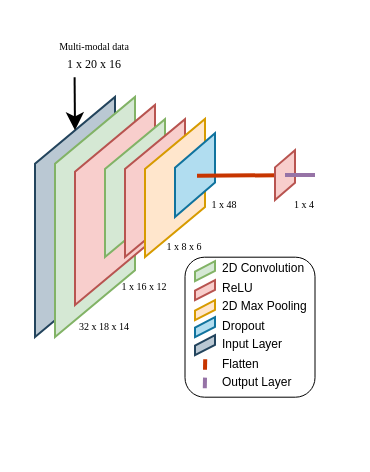
Earlier version of the draw.io diagram assets/cls.drawio (bimbraw/bimbraw.github.io). Source tidied: cells renumbered, new cells numbered last; positions are measured from the earlier drawing's top-left corner, leaving out a move shared by most shapes. Both pictures are drawn from the tidied source at 200%, with x=0, y=0 at pixel (34, 36).
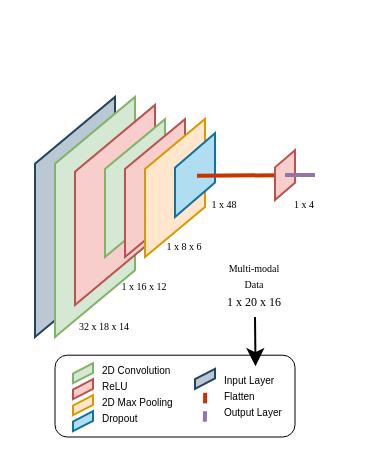
After the change.

The change refers to these unchanged cells:
```xml
<mxCell id="3" style="verticalLabelPosition=bottom;verticalAlign=top;html=1;shape=mxgraph.infographic.parallelogram;dx=16.69;fillColor=#bac8d3;strokeColor=#23445d;flipH=0;flipV=1;direction=south;" parent="1" vertex="1">
  <mxGeometry y="30" width="40" height="120" as="geometry" />
</mxCell>
```

What changed in the source:
```diff
@@
     <mxCell id="2" style="rounded=1;whiteSpace=wrap;html=1;strokeWidth=0.5;" parent="1" vertex="1">
-      <mxGeometry x="75" y="110.1" width="65" height="70" as="geometry" />
+      <mxGeometry x="10" y="159.1" width="120" height="40.9" as="geometry" />
     </mxCell>
@@
-    <mxCell id="5" value="&lt;p style=&quot;font-size: 6px; line-height: 60%;&quot;&gt;&lt;span style=&quot;font-family: DQD_PXNZRMz7GEKOn7Fx; background-color: initial; color: rgb(0, 0, 0); font-weight: normal; --darkreader-inline-bgcolor: initial; --darkreader-inline-color: #bab8b6; font-size: 6px;&quot;&gt;&lt;font style=&quot;font-size: 6px;&quot;&gt;2D Convolution&lt;/font&gt;&lt;/span&gt;&lt;/p&gt;&lt;p style=&quot;font-size: 6px; line-height: 60%;&quot;&gt;&lt;font face=&quot;DQD_PXNZRMz7GEKOn7Fx&quot; style=&quot;font-size: 6px;&quot;&gt;ReLU&lt;/font&gt;&lt;/p&gt;&lt;p style=&quot;font-size: 6px; line-height: 60%;&quot;&gt;&lt;span style=&quot;font-family: DQD_PXNZRMz7GEKOn7Fx; background-color: initial; color: rgb(0, 0, 0); font-weight: normal; --darkreader-inline-bgcolor: initial; --darkreader-inline-color: #bab8b6; font-size: 6px;&quot;&gt;&lt;font style=&quot;font-size: 6px;&quot;&gt;2D Max Pooling&amp;nbsp;&lt;/font&gt;&lt;/span&gt;&lt;/p&gt;&lt;p style=&quot;font-size: 6px; line-height: 60%;&quot;&gt;&lt;span style=&quot;font-family: DQD_PXNZRMz7GEKOn7Fx; background-color: initial; color: rgb(0, 0, 0); font-weight: normal; --darkreader-inline-bgcolor: initial; --darkreader-inline-color: #bab8b6; font-size: 6px;&quot;&gt;&lt;font style=&quot;font-size: 6px;&quot;&gt;Dropout&lt;/font&gt;&lt;/span&gt;&lt;/p&gt;&lt;p style=&quot;font-size: 6px; line-height: 60%;&quot;&gt;&lt;span style=&quot;background-color: initial; color: rgb(0, 0, 0); font-family: DQD_PXNZRMz7GEKOn7Fx; --darkreader-inline-bgcolor: initial; --darkreader-inline-color: #bab8b6;&quot;&gt;Input Layer&lt;/span&gt;&lt;/p&gt;&lt;p style=&quot;font-size: 6px; line-height: 60%;&quot;&gt;&lt;span style=&quot;background-color: initial; color: rgb(0, 0, 0); font-family: DQD_PXNZRMz7GEKOn7Fx; --darkreader-inline-bgcolor: initial; --darkreader-inline-color: #bab8b6;&quot;&gt;Flatten&lt;/span&gt;&lt;/p&gt;&lt;p style=&quot;font-size: 6px; line-height: 60%;&quot;&gt;&lt;span style=&quot;font-family: DQD_PXNZRMz7GEKOn7Fx; background-color: initial; color: rgb(0, 0, 0); --darkreader-inline-bgcolor: initial; --darkreader-inline-color: #bab8b6;&quot;&gt;Output Layer&lt;/span&gt;&lt;/p&gt;" style="text;html=1;strokeColor=none;fillColor=none;spacing=0;spacingTop=0;whiteSpace=wrap;overflow=hidden;rounded=0;verticalAlign=middle;fontSize=6;" parent="1" vertex="1">
-      <mxGeometry x="94" y="101.9" width="51" height="86.2" as="geometry" />
+    <mxCell id="5" value="&lt;p style=&quot;font-size: 5px; line-height: 60%;&quot;&gt;&lt;span style=&quot;font-family: DQD_PXNZRMz7GEKOn7Fx; background-color: initial; color: rgb(0, 0, 0); font-weight: normal; --darkreader-inline-bgcolor: initial; --darkreader-inline-color: #bab8b6; font-size: 5px;&quot;&gt;&lt;font style=&quot;font-size: 5px;&quot;&gt;2D Convolution&lt;/font&gt;&lt;/span&gt;&lt;/p&gt;&lt;p style=&quot;font-size: 5px; line-height: 60%;&quot;&gt;&lt;font face=&quot;DQD_PXNZRMz7GEKOn7Fx&quot; style=&quot;font-size: 5px;&quot;&gt;ReLU&lt;/font&gt;&lt;/p&gt;&lt;p style=&quot;font-size: 5px; line-height: 60%;&quot;&gt;&lt;span style=&quot;font-family: DQD_PXNZRMz7GEKOn7Fx; background-color: initial; color: rgb(0, 0, 0); font-weight: normal; --darkreader-inline-bgcolor: initial; --darkreader-inline-color: #bab8b6; font-size: 5px;&quot;&gt;&lt;font style=&quot;font-size: 5px;&quot;&gt;2D Max Pooling&amp;nbsp;&lt;/font&gt;&lt;/span&gt;&lt;/p&gt;&lt;p style=&quot;font-size: 5px; line-height: 60%;&quot;&gt;&lt;span style=&quot;font-family: DQD_PXNZRMz7GEKOn7Fx; background-color: initial; color: rgb(0, 0, 0); font-weight: normal; --darkreader-inline-bgcolor: initial; --darkreader-inline-color: #bab8b6; font-size: 5px;&quot;&gt;&lt;font style=&quot;font-size: 5px;&quot;&gt;Dropout&lt;/font&gt;&lt;/span&gt;&lt;/p&gt;" style="text;html=1;strokeColor=none;fillColor=none;spacing=0;spacingTop=0;whiteSpace=wrap;overflow=hidden;rounded=0;verticalAlign=middle;fontSize=5;" parent="1" vertex="1">
+      <mxGeometry x="34" y="159.1" width="51" height="40" as="geometry" />
     </mxCell>
-    <mxCell id="6" value="&lt;p style=&quot;line-height: 40%; font-size: 5px;&quot;&gt;&lt;span style=&quot;background-color: initial; color: rgb(0, 0, 0); font-family: &amp;quot;Times New Roman&amp;quot;; --darkreader-inline-bgcolor: initial; --darkreader-inline-color: #bab8b6; font-size: 5px;&quot;&gt;Multi-modal data&lt;/span&gt;&lt;/p&gt;&lt;p style=&quot;line-height: 40%; font-size: 6px;&quot;&gt;&lt;span style=&quot;background-color: initial; color: rgb(0, 0, 0); font-family: &amp;quot;Times New Roman&amp;quot;; --darkreader-inline-bgcolor: initial; --darkreader-inline-color: #bab8b6;&quot;&gt;1 x 20 x 16&lt;/span&gt;&lt;/p&gt;" style="text;html=1;strokeColor=none;fillColor=none;align=center;verticalAlign=middle;whiteSpace=wrap;rounded=0;spacing=0;fontSize=5;" parent="1" vertex="1">
-      <mxGeometry width="60" height="20" as="geometry" />
+    <mxCell id="6" value="&lt;p style=&quot;line-height: 40%; font-size: 5px;&quot;&gt;&lt;span style=&quot;background-color: initial; color: rgb(0, 0, 0); font-family: &amp;quot;Times New Roman&amp;quot;; --darkreader-inline-bgcolor: initial; --darkreader-inline-color: #bab8b6; font-size: 5px;&quot;&gt;Multi-modal&lt;/span&gt;&lt;/p&gt;&lt;p style=&quot;line-height: 40%; font-size: 5px;&quot;&gt;&lt;span style=&quot;background-color: initial; color: rgb(0, 0, 0); font-family: &amp;quot;Times New Roman&amp;quot;; --darkreader-inline-bgcolor: initial; --darkreader-inline-color: #bab8b6; font-size: 5px;&quot;&gt;Data&lt;/span&gt;&lt;/p&gt;&lt;p style=&quot;line-height: 40%; font-size: 6px;&quot;&gt;&lt;span style=&quot;background-color: initial; color: rgb(0, 0, 0); font-family: &amp;quot;Times New Roman&amp;quot;; --darkreader-inline-bgcolor: initial; --darkreader-inline-color: #bab8b6;&quot;&gt;1 x 20 x 16&lt;/span&gt;&lt;/p&gt;" style="text;html=1;strokeColor=none;fillColor=none;align=center;verticalAlign=middle;whiteSpace=wrap;rounded=0;spacing=0;fontSize=5;" parent="1" vertex="1">
+      <mxGeometry x="95" y="110" width="30" height="30" as="geometry" />
     </mxCell>
     <mxCell id="7" style="verticalLabelPosition=bottom;verticalAlign=top;html=1;shape=mxgraph.infographic.parallelogram;dx=2.58;fillColor=#d5e8d4;strokeColor=#82b366;flipH=0;flipV=1;direction=south;" parent="1" vertex="1">
-      <mxGeometry x="80" y="112.1" width="10" height="10" as="geometry" />
+      <mxGeometry x="19" y="163.1" width="10" height="10" as="geometry" />
     </mxCell>
     <mxCell id="8" style="verticalLabelPosition=bottom;verticalAlign=top;html=1;shape=mxgraph.infographic.parallelogram;dx=2.58;fillColor=#ffe6cc;strokeColor=#d79b00;flipH=0;flipV=1;direction=south;" parent="1" vertex="1">
-      <mxGeometry x="80" y="131.6" width="10" height="10" as="geometry" />
+      <mxGeometry x="19" y="179.1" width="10" height="10" as="geometry" />
     </mxCell>
     <mxCell id="9" style="endArrow=none;html=1;rounded=0;fillColor=#e1d5e7;strokeColor=#9673a6;strokeWidth=2;shadow=0;" parent="1" edge="1">
       <mxGeometry relative="1" as="geometry">
-        <mxPoint x="84.9" y="175.6" as="sourcePoint" />
-        <mxPoint x="85" y="170.3" as="targetPoint" />
+        <mxPoint x="84.9" y="192.4" as="sourcePoint" />
+        <mxPoint x="85" y="187.1" as="targetPoint" />
       </mxGeometry>
     </mxCell>
-    <mxCell id="10" style="endArrow=classic;html=1;rounded=0;exitX=0.33;exitY=1.009;exitDx=0;exitDy=0;entryX=0;entryY=0.5;entryDx=103.31000000000002;entryDy=0;entryPerimeter=0;exitPerimeter=0;" parent="1" edge="1" source="6" target="3">
+    <mxCell id="10" style="endArrow=classic;html=1;rounded=0;entryX=0.5;entryY=0;entryDx=0;entryDy=0;exitX=0.5;exitY=1;exitDx=0;exitDy=0;" parent="1" edge="1" source="6" target="28">
       <mxGeometry relative="1" as="geometry" />
     </mxCell>
@@
     <mxCell id="22" style="verticalLabelPosition=bottom;verticalAlign=top;html=1;shape=mxgraph.infographic.parallelogram;dx=2.58;fillColor=#f8cecc;strokeColor=#b85450;flipH=0;flipV=1;direction=south;" parent="1" vertex="1">
-      <mxGeometry x="80" y="121.6" width="10" height="10" as="geometry" />
+      <mxGeometry x="19" y="171.1" width="10" height="10" as="geometry" />
     </mxCell>
     <mxCell id="23" style="verticalLabelPosition=bottom;verticalAlign=top;html=1;shape=mxgraph.infographic.parallelogram;dx=2.58;flipH=0;flipV=1;direction=south;fillColor=#b1ddf0;strokeColor=#10739e;" parent="1" vertex="1">
-      <mxGeometry x="80" y="140.1" width="10" height="10" as="geometry" />
+      <mxGeometry x="19" y="187.1" width="10" height="10" as="geometry" />
     </mxCell>
     <mxCell id="24" style="endArrow=none;html=1;rounded=0;fillColor=#fa6800;strokeColor=#C73500;strokeWidth=2;shadow=0;" parent="1" edge="1">
       <mxGeometry relative="1" as="geometry">
-        <mxPoint x="85" y="166.4" as="sourcePoint" />
-        <mxPoint x="85.1" y="161.1" as="targetPoint" />
+        <mxPoint x="85" y="183.2" as="sourcePoint" />
+        <mxPoint x="85.1" y="177.9" as="targetPoint" />
       </mxGeometry>
     </mxCell>
@@
     <mxCell id="27" style="verticalLabelPosition=bottom;verticalAlign=top;html=1;shape=mxgraph.infographic.parallelogram;dx=2.58;flipH=0;flipV=1;direction=south;fillColor=#bac8d3;strokeColor=#23445d;" parent="1" vertex="1">
-      <mxGeometry x="80" y="149.1" width="10" height="10" as="geometry" />
+      <mxGeometry x="80" y="165.9" width="10" height="10" as="geometry" />
     </mxCell>
+    <mxCell id="28" value="&lt;p style=&quot;font-size: 5px; line-height: 60%;&quot;&gt;&lt;span style=&quot;background-color: initial; font-family: DQD_PXNZRMz7GEKOn7Fx;&quot;&gt;Input Layer&lt;/span&gt;&lt;br&gt;&lt;/p&gt;&lt;p style=&quot;font-size: 5px; line-height: 60%;&quot;&gt;&lt;span style=&quot;background-color: initial; color: rgb(0, 0, 0); font-family: DQD_PXNZRMz7GEKOn7Fx; --darkreader-inline-bgcolor: initial; --darkreader-inline-color: #bab8b6; font-size: 5px;&quot;&gt;Flatten&lt;/span&gt;&lt;/p&gt;&lt;p style=&quot;font-size: 5px; line-height: 60%;&quot;&gt;&lt;span style=&quot;font-family: DQD_PXNZRMz7GEKOn7Fx; background-color: initial; color: rgb(0, 0, 0); --darkreader-inline-bgcolor: initial; --darkreader-inline-color: #bab8b6; font-size: 5px;&quot;&gt;Output Layer&lt;/span&gt;&lt;/p&gt;" style="text;html=1;strokeColor=none;fillColor=none;spacing=0;spacingTop=0;whiteSpace=wrap;overflow=hidden;rounded=0;verticalAlign=middle;fontSize=5;" parent="1" vertex="1">
+      <mxGeometry x="95" y="164.6" width="30.5" height="30" as="geometry" />
+    </mxCell>
```
